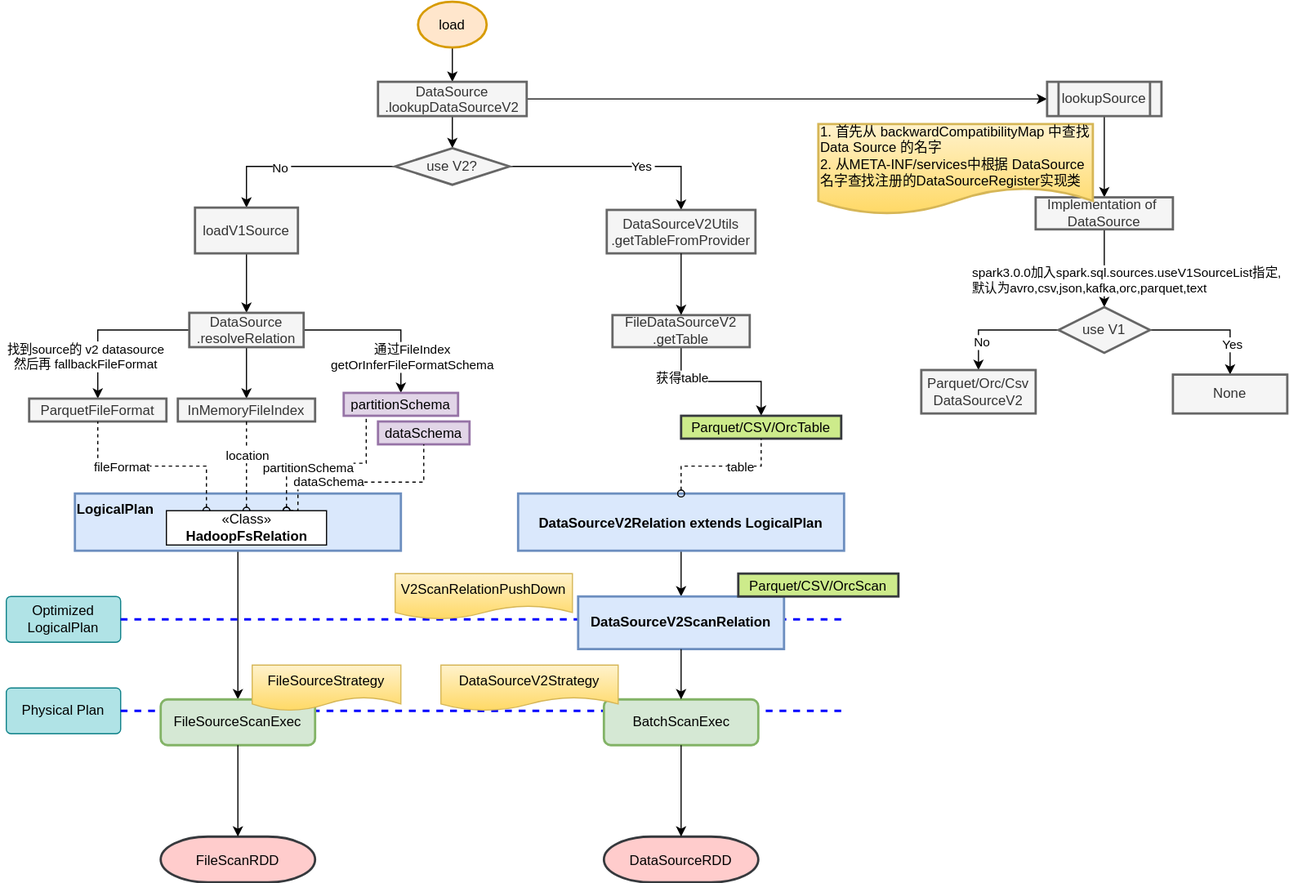
This is docs/spark/data-reader/datareader-overview.svg from wbo4958/wbo4958.github.io, a draw.io export, as it was before one commit. Source tidied: cells renumbered, new cells last; positions are measured from the earlier drawing's top-left corner, leaving out a move shared by most shapes.
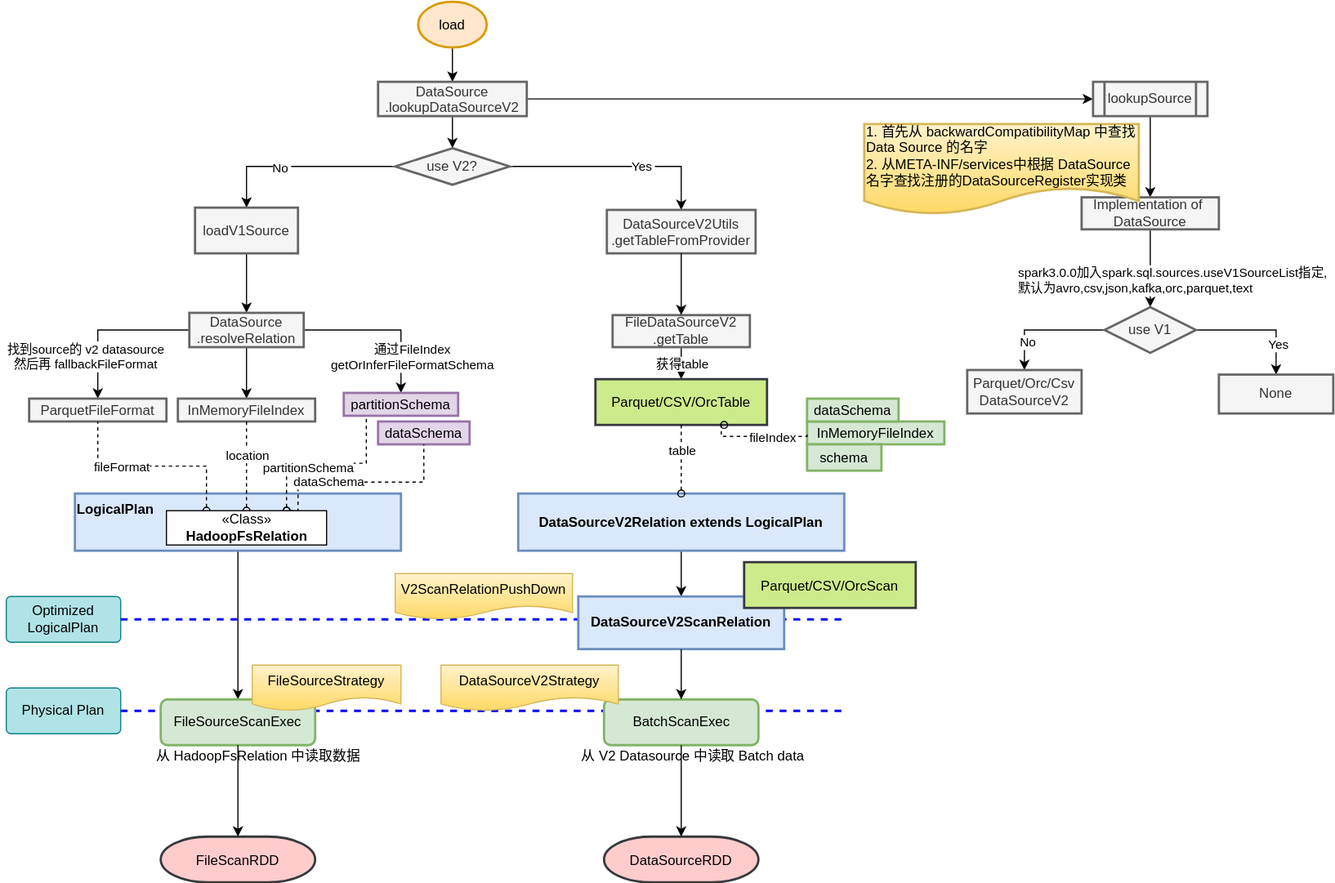
Above is the later version.

The edit, as a diff of the source:
```diff
@@ -136,7 +136,7 @@
       <mxGeometry relative="1" as="geometry" />
     </mxCell>
     <mxCell id="40" value="Parquet/CSV/OrcTable" style="strokeColor=#36393d;strokeWidth=2;fillColor=#cdeb8b;" parent="1" vertex="1">
-      <mxGeometry x="590" y="362" width="140" height="20" as="geometry" />
+      <mxGeometry x="515" y="330" width="150" height="40" as="geometry" />
     </mxCell>
     <mxCell id="41" style="edgeStyle=orthogonalEdgeStyle;rounded=0;jettySize=auto;html=1;" parent="1" edge="1" source="42" target="53">
       <mxGeometry relative="1" as="geometry" />
@@ -194,19 +194,19 @@
       <mxGeometry x="340" y="500" width="155" height="40" as="geometry" />
     </mxCell>
     <mxCell id="58" value="Parquet/CSV/OrcScan" style="strokeColor=#36393d;strokeWidth=2;fillColor=#cdeb8b;" parent="1" vertex="1">
-      <mxGeometry x="640" y="500" width="140" height="20" as="geometry" />
+      <mxGeometry x="645" y="490" width="150" height="40" as="geometry" />
     </mxCell>
     <mxCell id="59" style="edgeStyle=orthogonalEdgeStyle;rounded=0;jettySize=auto;html=1;" parent="1" edge="1" source="60" target="63">
       <mxGeometry relative="1" as="geometry" />
     </mxCell>
     <mxCell id="60" value="lookupSource" style="shape=process;whiteSpace=wrap;html=1;backgroundOutline=1;fontColor=#333333;strokeColor=#666666;strokeWidth=2;fillColor=#f5f5f5;" parent="1" vertex="1">
-      <mxGeometry x="910" y="70" width="100" height="30" as="geometry" />
+      <mxGeometry x="950" y="70" width="100" height="30" as="geometry" />
     </mxCell>
     <mxCell id="61" style="edgeStyle=orthogonalEdgeStyle;rounded=0;jettySize=auto;html=1;" parent="1" edge="1" source="63" target="69">
       <mxGeometry relative="1" as="geometry">
         <Array as="points">
-          <mxPoint x="960" y="240" />
-          <mxPoint x="960" y="240" />
+          <mxPoint x="1000" y="240" />
+          <mxPoint x="1000" y="240" />
         </Array>
       </mxGeometry>
     </mxCell>
@@ -216,10 +216,10 @@
       </mxGeometry>
     </mxCell>
     <mxCell id="63" value="Implementation of&amp;nbsp;&lt;br&gt;DataSource" style="whiteSpace=wrap;html=1;fontColor=#333333;strokeColor=#666666;strokeWidth=2;fillColor=#f5f5f5;" parent="1" vertex="1">
-      <mxGeometry x="900" y="171" width="120" height="28" as="geometry" />
+      <mxGeometry x="940" y="171" width="120" height="28" as="geometry" />
     </mxCell>
     <mxCell id="64" value="1. 首先从&amp;nbsp;backwardCompatibilityMap 中查找 Data Source 的名字&lt;br&gt;2. 从META-INF/services中根据 DataSource 名字查找注册的DataSourceRegister实现类" style="shape=document;whiteSpace=wrap;html=1;boundedLbl=1;strokeColor=#d6b656;strokeWidth=2;fillColor=#fff2cc;align=left;gradientColor=#ffd966;" parent="1" vertex="1">
-      <mxGeometry x="710" y="107" width="240" height="79" as="geometry" />
+      <mxGeometry x="750" y="107" width="240" height="79" as="geometry" />
     </mxCell>
     <mxCell id="65" style="edgeStyle=orthogonalEdgeStyle;rounded=0;jettySize=auto;html=1;" parent="1" edge="1" source="69" target="70">
       <mxGeometry relative="1" as="geometry" />
@@ -234,13 +234,13 @@
       <mxGeometry x="0.52" y="2" relative="1" as="geometry" />
     </mxCell>
     <mxCell id="69" value="use V1" style="rhombus;whiteSpace=wrap;html=1;fontColor=#333333;strokeColor=#666666;strokeWidth=2;fillColor=#f5f5f5;" parent="1" vertex="1">
-      <mxGeometry x="920" y="267" width="80" height="40" as="geometry" />
+      <mxGeometry x="960" y="267" width="80" height="40" as="geometry" />
     </mxCell>
     <mxCell id="70" value="None" style="whiteSpace=wrap;html=1;fontColor=#333333;strokeColor=#666666;strokeWidth=2;fillColor=#f5f5f5;" parent="1" vertex="1">
-      <mxGeometry x="1020" y="326" width="100" height="34" as="geometry" />
+      <mxGeometry x="1060" y="326" width="100" height="34" as="geometry" />
     </mxCell>
     <mxCell id="71" value="Parquet/Orc/Csv&lt;br&gt;DataSourceV2" style="whiteSpace=wrap;html=1;fontColor=#333333;strokeColor=#666666;strokeWidth=2;fillColor=#f5f5f5;" parent="1" vertex="1">
-      <mxGeometry x="800" y="322" width="100" height="38" as="geometry" />
+      <mxGeometry x="840" y="322" width="100" height="38" as="geometry" />
     </mxCell>
     <mxCell id="72" value="FileScanRDD" style="strokeWidth=2;shape=mxgraph.flowchart.terminator;labelBackgroundColor=none;fillColor=#ffcccc;align=center;strokeColor=#36393d;" parent="1" vertex="1">
       <mxGeometry x="135" y="730" width="135" height="40" as="geometry" />
@@ -254,5 +254,34 @@
     <mxCell id="75" style="edgeStyle=orthogonalEdgeStyle;rounded=0;jettySize=auto;html=1;" parent="1" edge="1" source="48" target="74">
       <mxGeometry relative="1" as="geometry" />
     </mxCell>
+    <mxCell id="76" value="InMemoryFileIndex" style="strokeColor=#82b366;strokeWidth=2;fillColor=#d5e8d4;" parent="1" vertex="1">
+      <mxGeometry x="700" y="367" width="120" height="20" as="geometry" />
+    </mxCell>
+    <mxCell id="77" style="edgeStyle=orthogonalEdgeStyle;rounded=0;jettySize=auto;html=0;exitX=0.75;exitY=1;exitDx=0;exitDy=0;dashed=1;endArrow=none;endFill=0;startArrow=oval;startFill=0;entryX=0;entryY=0.5;entryDx=0;entryDy=0;" parent="1" edge="1" source="40" target="76">
+      <mxGeometry relative="1" as="geometry">
+        <Array as="points">
+          <mxPoint x="625" y="380" />
+          <mxPoint x="700" y="380" />
+        </Array>
+      </mxGeometry>
+    </mxCell>
+    <mxCell id="78" value="fileIndex" style="edgeLabel;html=1;align=center;verticalAlign=middle;" parent="77" vertex="1">
+      <mxGeometry x="0.27" relative="1" as="geometry" />
+    </mxCell>
+    <mxCell id="79" style="edgeStyle=orthogonalEdgeStyle;rounded=0;orthogonalLoop=1;jettySize=auto;html=1;exitX=0.5;exitY=1;exitDx=0;exitDy=0;" parent="1" edge="1" source="76" target="76">
+      <mxGeometry relative="1" as="geometry" />
+    </mxCell>
+    <mxCell id="80" value="dataSchema" style="strokeColor=#82b366;strokeWidth=2;fillColor=#d5e8d4;" parent="1" vertex="1">
+      <mxGeometry x="700" y="347" width="80" height="20" as="geometry" />
+    </mxCell>
+    <mxCell id="81" value="schema" style="strokeColor=#82b366;strokeWidth=2;fillColor=#d5e8d4;" parent="1" vertex="1">
+      <mxGeometry x="700" y="387" width="65" height="23" as="geometry" />
+    </mxCell>
+    <mxCell id="82" value="从 V2 Datasource 中读取 Batch data" style="text;html=1;align=center;verticalAlign=middle;strokeColor=none;fillColor=none;" parent="1" vertex="1">
+      <mxGeometry x="495" y="650" width="210" height="20" as="geometry" />
+    </mxCell>
+    <mxCell id="83" value="从 HadoopFsRelation 中读取数据" style="text;html=1;align=center;verticalAlign=middle;strokeColor=none;fillColor=none;" parent="1" vertex="1">
+      <mxGeometry x="125" y="650" width="190" height="20" as="geometry" />
+    </mxCell>
   </root>
 </mxGraphModel>
```
